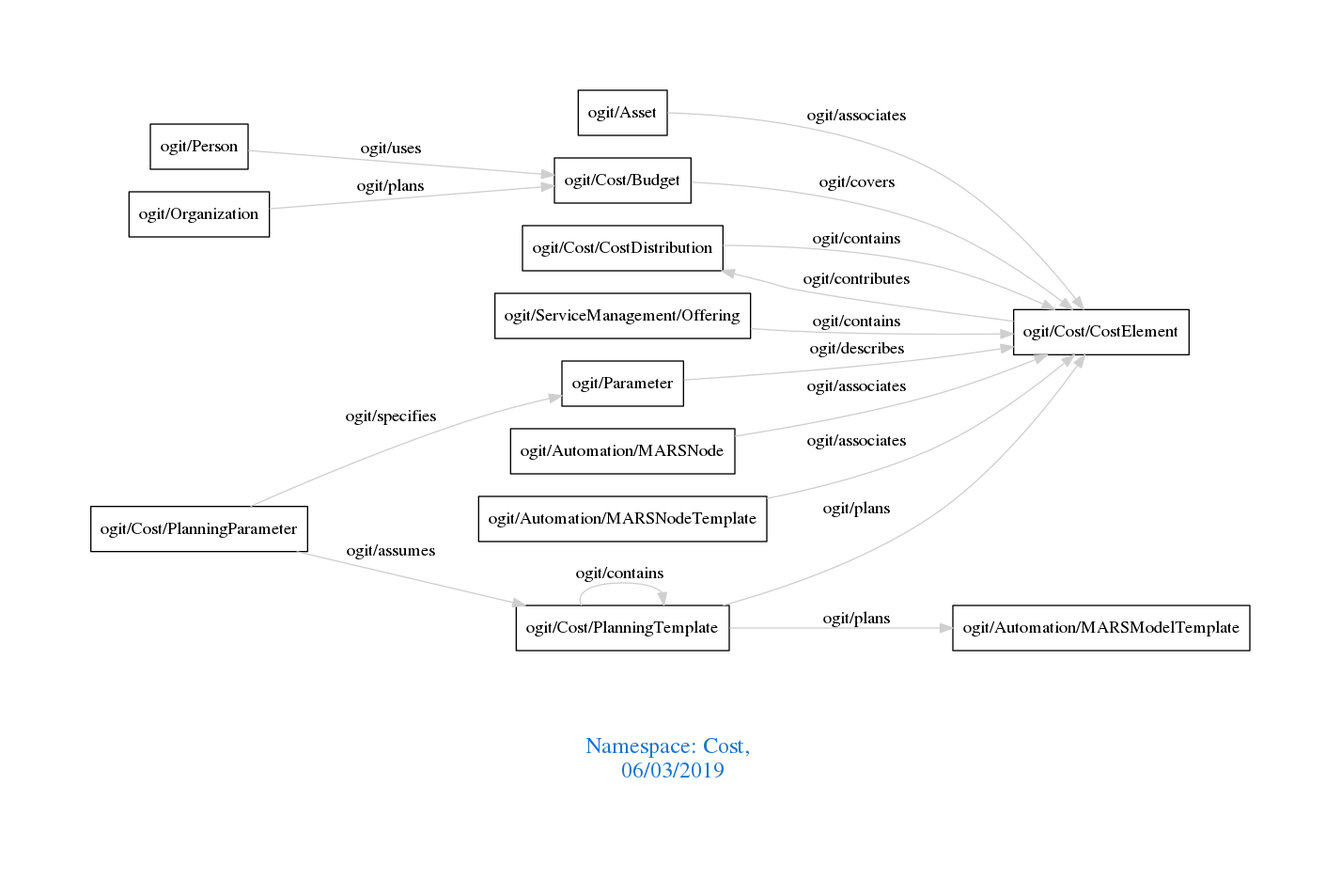
arago/OGIT keeps this Graphviz diagram as downloads/Cost.png. Above is the earlier version. Its source is kept beside it as downloads/Cost.dot.
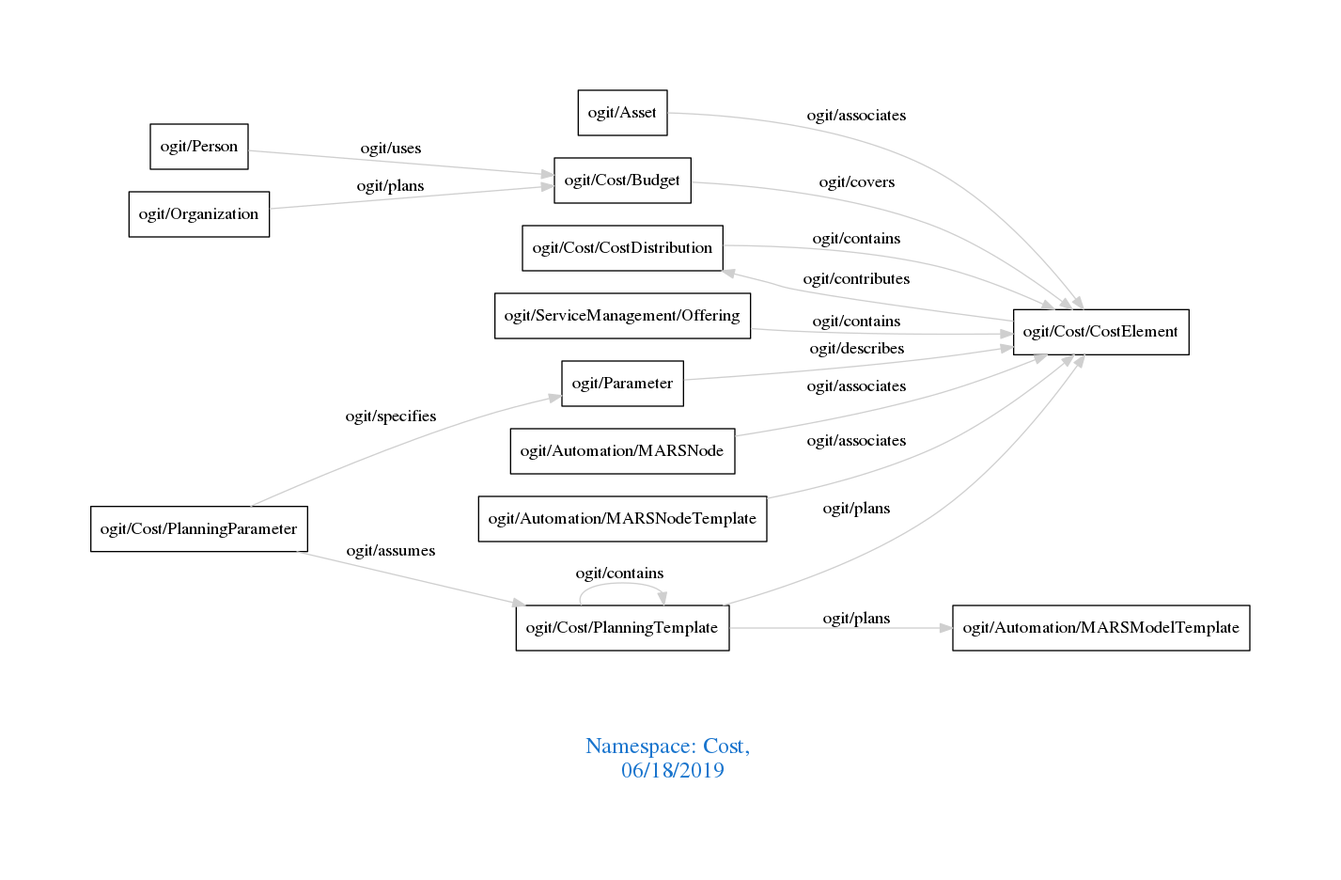
The same file after the commit.

What changed in the source:
```diff
@@ -1,7 +1,7 @@
 digraph OGIT_ontology {
  graph [ rankdir= LR,pad=1
 fontsize = 18,
-fontcolor= dodgerblue3,label = "\n\n\nNamespace: Cost, \n 06/03/2019"];
+fontcolor= dodgerblue3,label = "\n\n\nNamespace: Cost, \n 06/18/2019"];
 node[shape=polygon];
 edge [  color="gray81"];
 
```
